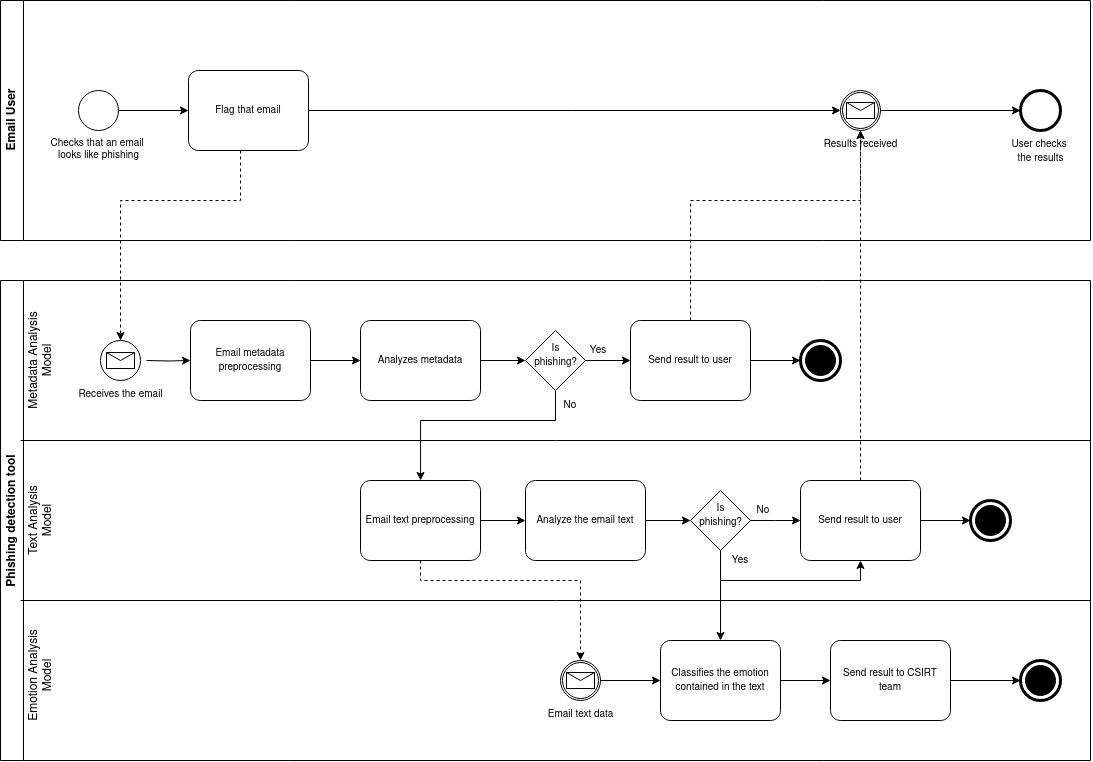
eduardofernandes11/Thesis keeps this draw.io diagram as Architecture/bpmn.png. Above is the earlier version. Source tidied: cells renumbered, new cells last; positions are measured from the earlier drawing's top-left corner, leaving out a move shared by most shapes.
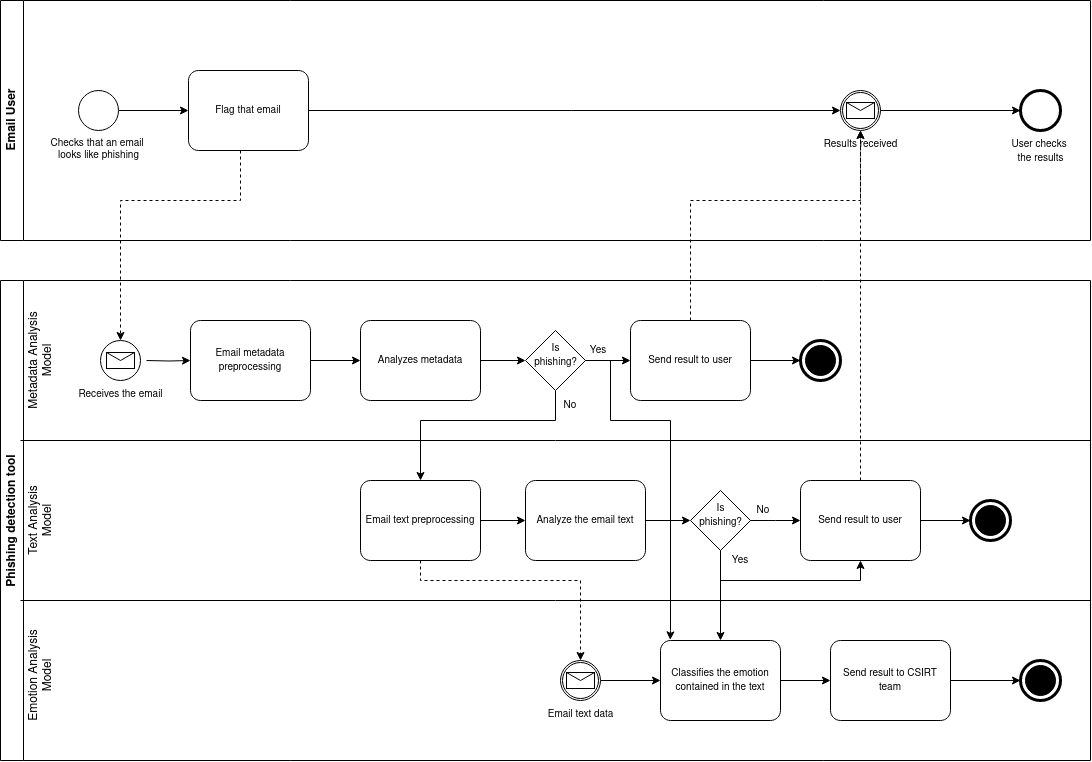
The same diagram one commit later.

Change to the diagram source:
```diff
@@ -196,6 +196,29 @@
     <mxCell id="58" style="edgeStyle=orthogonalEdgeStyle;rounded=0;jettySize=auto;html=1;entryX=0;entryY=0.5;entryDx=0;entryDy=0;entryPerimeter=0;" parent="10" edge="1" source="37" target="56">
       <mxGeometry relative="1" as="geometry" />
     </mxCell>
+    <mxCell id="63" style="endArrow=none;html=1;rounded=0;" parent="10" edge="1">
+      <mxGeometry relative="1" as="geometry">
+        <mxPoint x="610" y="80" as="sourcePoint" />
+        <mxPoint x="610" y="140" as="targetPoint" />
+      </mxGeometry>
+    </mxCell>
+    <mxCell id="64" style="endArrow=none;html=1;rounded=0;" parent="10" edge="1">
+      <mxGeometry relative="1" as="geometry">
+        <mxPoint x="610" y="140" as="sourcePoint" />
+        <mxPoint x="670" y="140" as="targetPoint" />
+      </mxGeometry>
+    </mxCell>
+    <mxCell id="65" style="endArrow=none;html=1;rounded=0;" parent="10" edge="1">
+      <mxGeometry relative="1" as="geometry">
+        <mxPoint x="670" y="140" as="sourcePoint" />
+        <mxPoint x="670" y="350" as="targetPoint" />
+      </mxGeometry>
+    </mxCell>
+    <mxCell id="66" style="endArrow=classic;html=1;rounded=0;entryX=0.081;entryY=-0.008;entryDx=0;entryDy=0;entryPerimeter=0;" parent="10" edge="1" target="41">
+      <mxGeometry relative="1" as="geometry">
+        <mxPoint x="670" y="350" as="sourcePoint" />
+      </mxGeometry>
+    </mxCell>
     <mxCell id="59" style="edgeStyle=orthogonalEdgeStyle;rounded=0;jettySize=auto;html=1;dashed=1;" parent="1" edge="1" source="33" target="6">
       <mxGeometry relative="1" as="geometry" />
     </mxCell>
```
